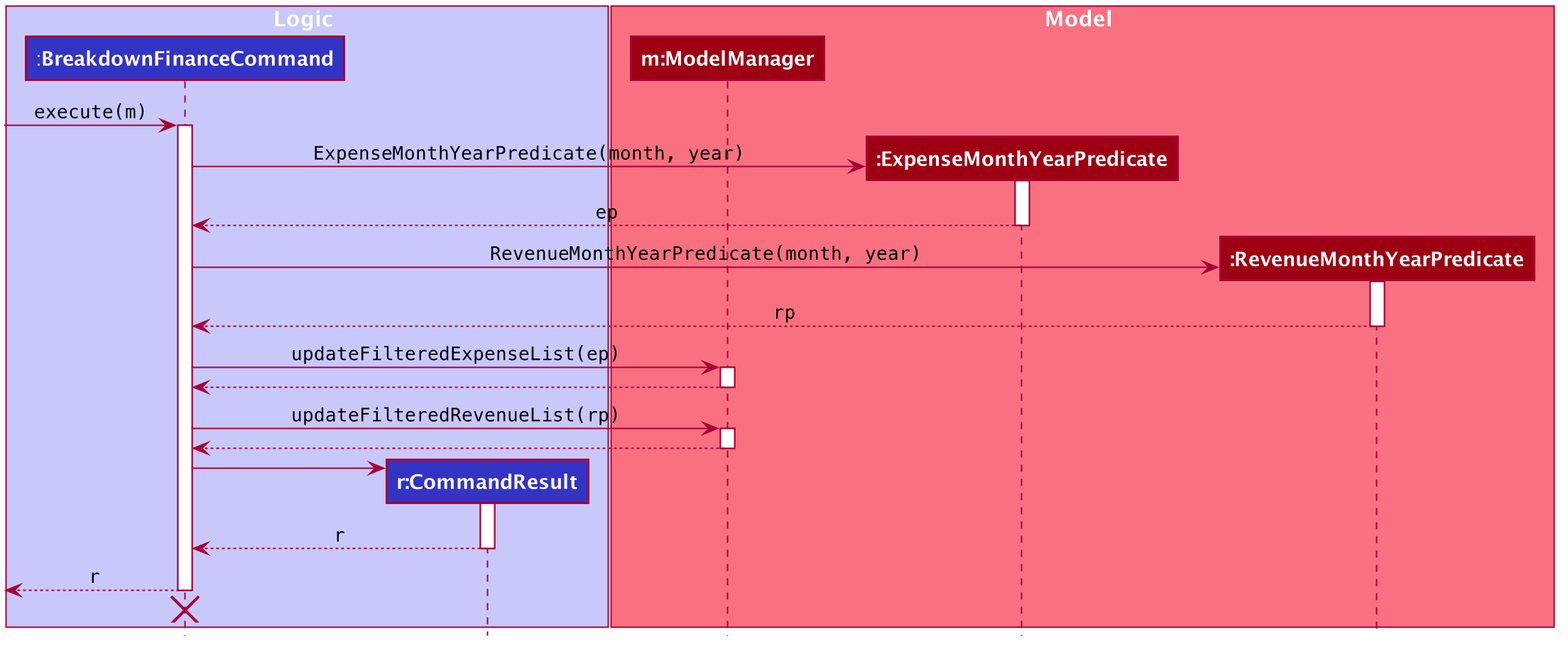
Before: docs/images/BreakdownFinanceSequenceDiagram.png, a diagram exported from PlantUML (yanlynnnnn/tp). Source of this version:
```plantuml
@startuml








skinparam BackgroundColor #FFFFFFF

skinparam Shadowing false

skinparam Class {
    FontColor #FFFFFF
    BorderThickness 1
    BorderColor #FFFFFF
    StereotypeFontColor #FFFFFF
    FontName Arial
    AttributeFontColor #FFFFFF
    AttributeIconSize 0
}

skinparam Actor {
    BorderColor #000000
    Color #000000
    FontName Arial
}

skinparam Sequence {
    MessageAlign center
    BoxFontSize 15
    BoxPadding 0
    BoxFontColor #FFFFFF
    FontName Arial
}

skinparam Participant {
    FontColor #FFFFFFF
    Padding 20
}

skinparam MinClassWidth 50
skinparam ParticipantPadding 10
skinparam Shadowing false
skinparam DefaultTextAlignment center
skinparam packageStyle Rectangle

hide footbox
hide circle
hide members

box Logic #C8C8FA
participant ":**BreakdownFinanceCommand**" as BreakdownFinanceCommand #3333C4
participant "**r:CommandResult**" as CommandResult #3333C4
end box

box Model #F97181
participant "**m:ModelManager**" as ModelManager #9D0012
participant "**:ExpenseMonthYearPredicate**" as ExpenseMonthYearPredicate #9D0012
participant "**:RevenueMonthYearPredicate**" as RevenueMonthYearPredicate #9D0012
end box

[-> BreakdownFinanceCommand : ""execute(m)""
activate BreakdownFinanceCommand

create ExpenseMonthYearPredicate
BreakdownFinanceCommand -> ExpenseMonthYearPredicate: ""ExpenseMonthYearPredicate(month, year)""
activate ExpenseMonthYearPredicate
BreakdownFinanceCommand <-- ExpenseMonthYearPredicate : ""ep""
deactivate ExpenseMonthYearPredicate

create RevenueMonthYearPredicate
BreakdownFinanceCommand -> RevenueMonthYearPredicate: ""RevenueMonthYearPredicate(month, year)""
activate RevenueMonthYearPredicate
BreakdownFinanceCommand <-- RevenueMonthYearPredicate : ""rp""
deactivate RevenueMonthYearPredicate

BreakdownFinanceCommand -> ModelManager : ""updateFilteredExpenseList(ep)""
activate ModelManager
BreakdownFinanceCommand <-- ModelManager
deactivate ModelManager

BreakdownFinanceCommand -> ModelManager : ""updateFilteredRevenueList(rp)""
activate ModelManager
BreakdownFinanceCommand <-- ModelManager
deactivate ModelManager

deactivate ModelManager

create CommandResult
BreakdownFinanceCommand -> CommandResult
activate CommandResult

CommandResult --> BreakdownFinanceCommand : ""r""
deactivate CommandResult

[<-- BreakdownFinanceCommand : ""r""
deactivate BreakdownFinanceCommand

BreakdownFinanceCommand -[hidden]> CommandResult
destroy BreakdownFinanceCommand

@enduml
```
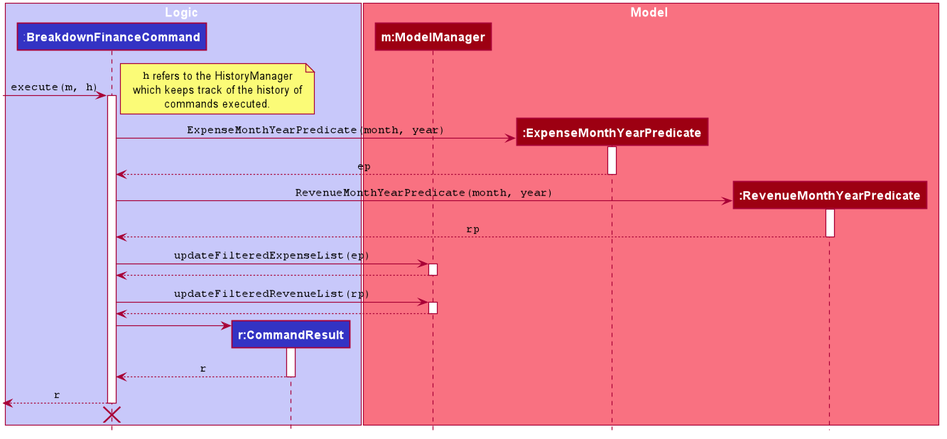
The same file after the commit.

Commit message:
Add parameter h into puml diagrams to account for HistoryManager parameter

What changed in the source:
```diff
@@ -61,8 +61,14 @@
 participant "**:RevenueMonthYearPredicate**" as RevenueMonthYearPredicate #9D0012
 end box
 
-[-> BreakdownFinanceCommand : ""execute(m)""
+[-> BreakdownFinanceCommand : ""execute(m, h)""
 activate BreakdownFinanceCommand
+
+note right
+""h"" refers to the HistoryManager
+which keeps track of the history of
+commands executed.
+end note
 
 create ExpenseMonthYearPredicate
 BreakdownFinanceCommand -> ExpenseMonthYearPredicate: ""ExpenseMonthYearPredicate(month, year)""
```
